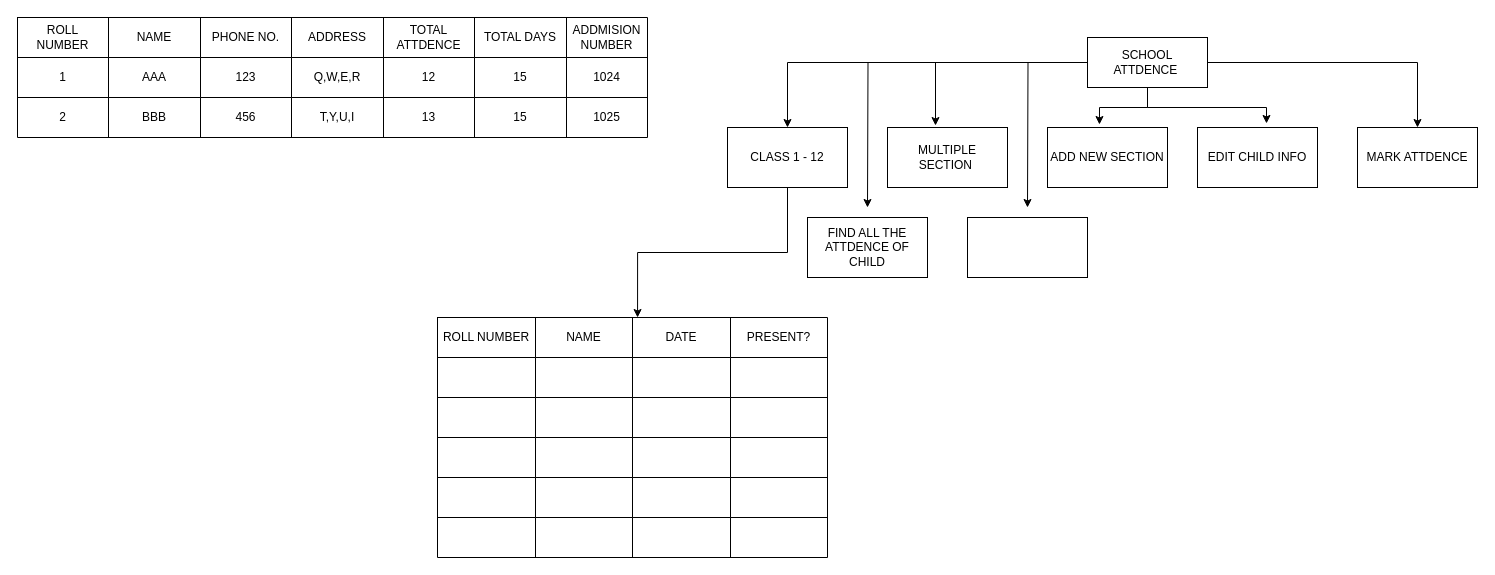
Ayushpro1227/Ayushpro1227 keeps this draw.io diagram as Untitled Diagram.drawio. Above is the earlier version. Source tidied: cells renumbered, new cells numbered last; positions are measured from the earlier drawing's top-left corner, leaving out a move shared by most shapes. Both pictures are drawn from the tidied source at 100%, with x=0, y=0 at pixel (17, 17).
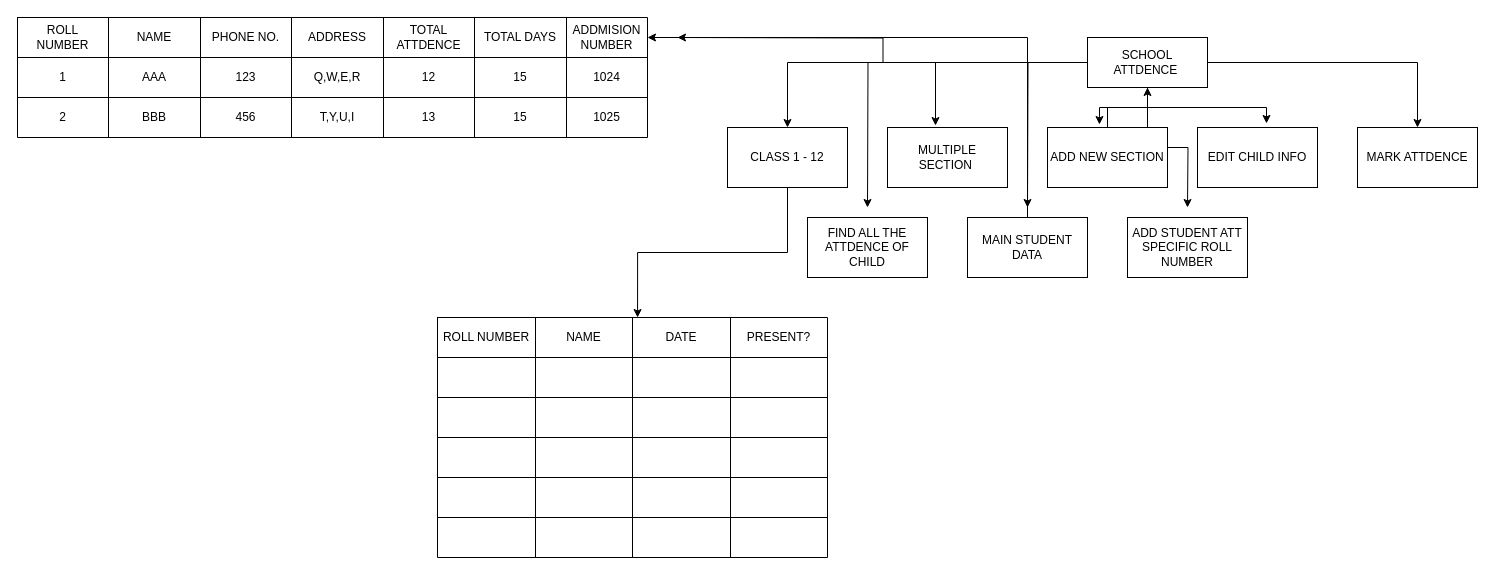
The same page after the edit.

Unchanged cells that the change refers to:
```xml
<mxCell id="7" value="SCHOOL ATTDENCE&amp;nbsp;" style="rounded=0;whiteSpace=wrap;html=1;" parent="1" vertex="1">
  <mxGeometry x="1070" y="20" width="120" height="50" as="geometry" />
</mxCell>
<mxCell id="10" value="ADD NEW SECTION" style="rounded=0;whiteSpace=wrap;html=1;" parent="1" vertex="1">
  <mxGeometry x="1030" y="110" width="120" height="60" as="geometry" />
</mxCell>
<mxCell id="50" style="shape=tableRow;horizontal=0;startSize=0;swimlaneHead=0;swimlaneBody=0;strokeColor=inherit;top=0;left=0;bottom=0;right=0;fillColor=none;points=[[0,0.5],[1,0.5]];portConstraint=eastwest;" parent="49" vertex="1">
  <mxGeometry width="630" height="40" as="geometry" />
</mxCell>
```

Change to the diagram source:
```diff
@@
+    <mxCell id="74" style="edgeStyle=orthogonalEdgeStyle;rounded=0;jettySize=auto;html=1;" parent="1" edge="1" source="7">
+      <mxGeometry relative="1" as="geometry">
+        <mxPoint x="660" y="20" as="targetPoint" />
+      </mxGeometry>
+    </mxCell>
+    <mxCell id="75" style="edgeStyle=orthogonalEdgeStyle;rounded=0;jettySize=auto;html=1;" parent="1" edge="1" source="7">
+      <mxGeometry relative="1" as="geometry">
+        <mxPoint x="1170" y="190" as="targetPoint" />
+      </mxGeometry>
+    </mxCell>
@@
+    <mxCell id="76" style="edgeStyle=orthogonalEdgeStyle;rounded=0;jettySize=auto;html=1;" parent="1" edge="1" source="10" target="7">
+      <mxGeometry relative="1" as="geometry" />
+    </mxCell>
@@
+    <mxCell id="77" style="edgeStyle=orthogonalEdgeStyle;rounded=0;jettySize=auto;html=1;" parent="1" edge="1" source="14" target="50">
+      <mxGeometry relative="1" as="geometry" />
+    </mxCell>
-    <mxCell id="14" style="rounded=0;whiteSpace=wrap;html=1;" parent="1" vertex="1">
+    <mxCell id="14" value="MAIN STUDENT DATA" style="rounded=0;whiteSpace=wrap;html=1;" parent="1" vertex="1">
       <mxGeometry x="950" y="200" width="120" height="60" as="geometry" />
     </mxCell>
@@
+    <mxCell id="78" value="ADD STUDENT ATT SPECIFIC ROLL NUMBER" style="rounded=0;whiteSpace=wrap;html=1;" parent="1" vertex="1">
+      <mxGeometry x="1110" y="200" width="120" height="60" as="geometry" />
+    </mxCell>
```
